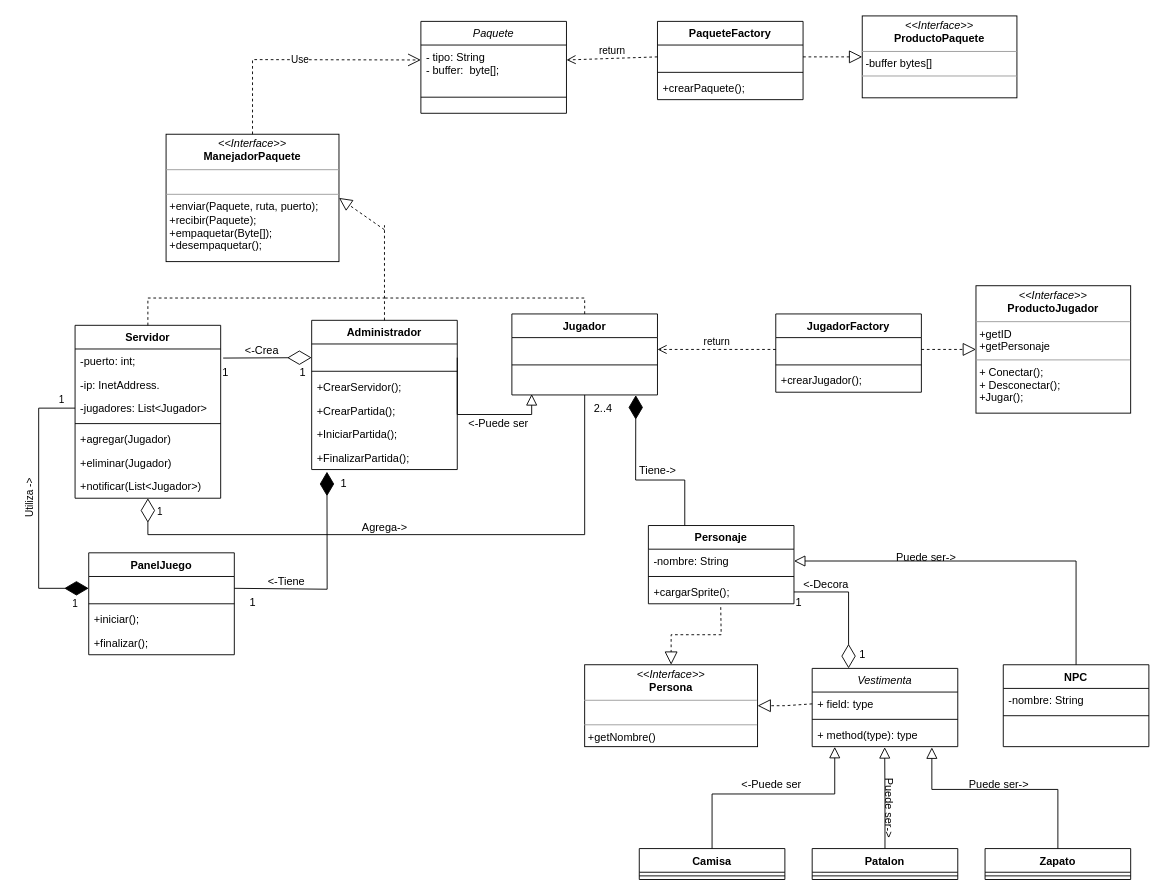
Earlier version of the draw.io diagram page "Diagrama de clases" (2 of 8) of UML/UML.drawio (Carlos19men/EcoCrossing). Source tidied: cells renumbered, new cells numbered last; positions are measured from the earlier drawing's top-left corner, leaving out a move shared by most shapes. Both pictures are drawn from the tidied source at 91%, with x=0, y=0 at pixel (-3, 15).
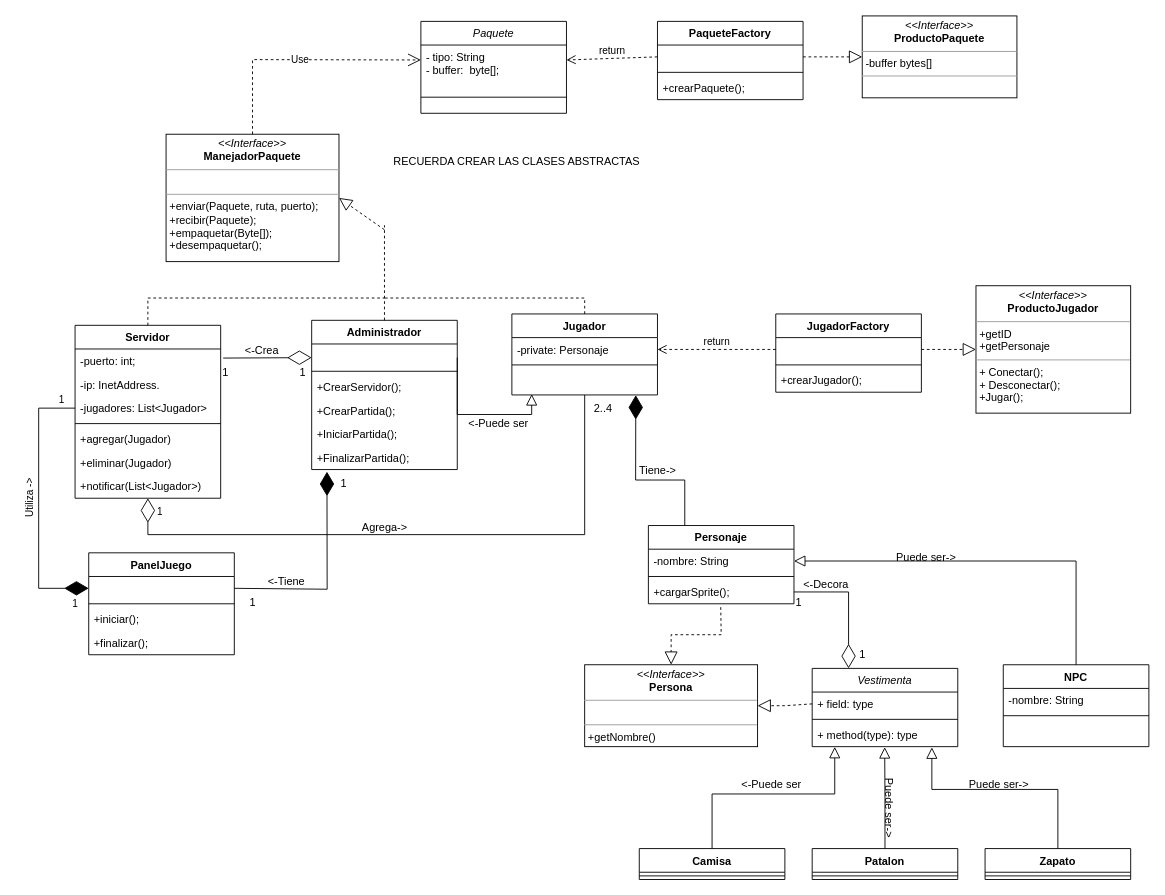
After the change.

Unchanged cells that the change refers to:
```xml
<mxCell id="10" value="Jugador" style="swimlane;fontStyle=1;align=center;verticalAlign=top;horizontal=1;startSize=26;rounded=0;shadow=0;strokeWidth=1;" parent="1" vertex="1">
  <mxGeometry x="565" y="327.5" width="160" height="89" as="geometry" />
</mxCell>
```

The edit, as a diff of the source:
```diff
@@
-    <mxCell id="11" value=" " style="text;align=left;verticalAlign=top;spacingLeft=4;spacingRight=4;overflow=hidden;points=[[0,0.5],[1,0.5]];portConstraint=eastwest;" parent="10" vertex="1">
+    <mxCell id="11" value="-private: Personaje" style="text;align=left;verticalAlign=top;spacingLeft=4;spacingRight=4;overflow=hidden;points=[[0,0.5],[1,0.5]];portConstraint=eastwest;" parent="10" vertex="1">
       <mxGeometry y="26" width="160" height="26" as="geometry" />
     </mxCell>
@@
+    <mxCell id="102" value="RECUERDA CREAR LAS CLASES ABSTRACTAS" style="text;html=1;align=center;verticalAlign=middle;strokeColor=none;fillColor=none;" parent="1" vertex="1">
+      <mxGeometry x="425" y="145" width="290" height="30" as="geometry" />
+    </mxCell>
```
